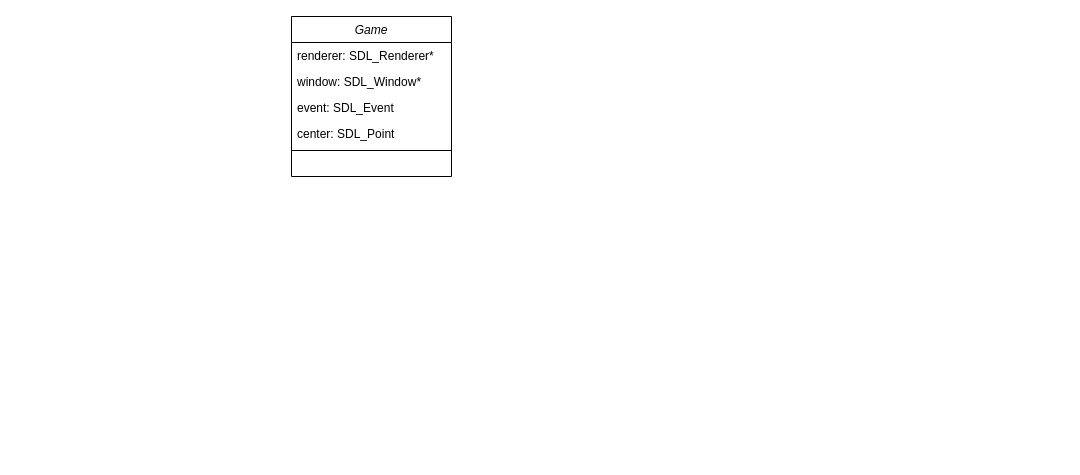
Above: libraries/ClassDiagram.drawio in SangTin/My-Adventure (draw.io), before the change. Source tidied: cells renumbered, new cells numbered last; positions are measured from the earlier drawing's top-left corner, leaving out a move shared by most shapes. Both pictures are drawn from the tidied source at 100%, with x=0, y=0 at pixel (291, 16).
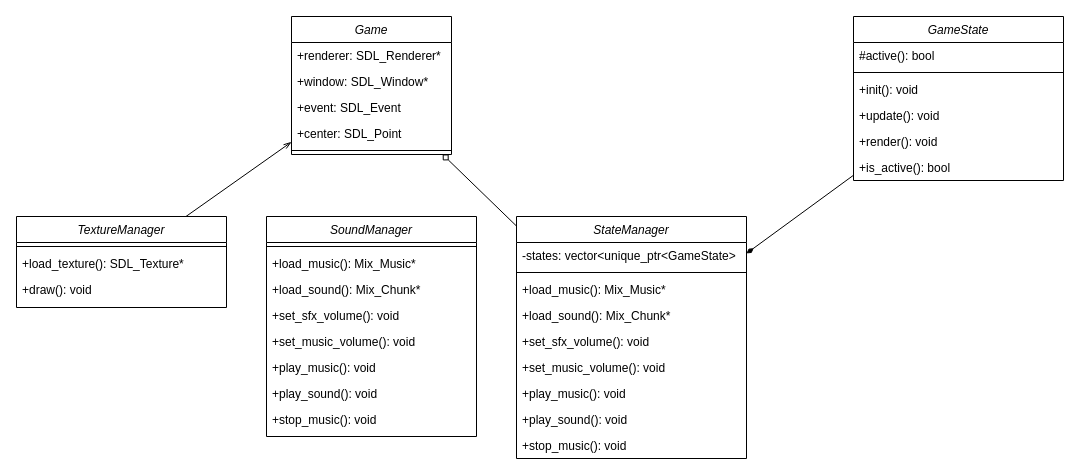
Above is the later version.

Diff of the diagram source:
```diff
@@
     <mxCell id="2" value="Game" style="swimlane;fontStyle=2;align=center;verticalAlign=top;horizontal=1;startSize=26;rounded=0;shadow=0;strokeWidth=1;" parent="1" vertex="1">
-      <mxGeometry width="160" height="160" as="geometry" />
+      <mxGeometry width="160" height="138" as="geometry" />
     </mxCell>
-    <mxCell id="3" value="renderer: SDL_Renderer*" style="text;align=left;verticalAlign=top;spacingLeft=4;spacingRight=4;overflow=hidden;" parent="2" vertex="1">
+    <mxCell id="3" value="+renderer: SDL_Renderer*" style="text;align=left;verticalAlign=top;spacingLeft=4;spacingRight=4;overflow=hidden;" parent="2" vertex="1">
       <mxGeometry y="26" width="160" height="26" as="geometry" />
     </mxCell>
-    <mxCell id="4" value="window: SDL_Window*" style="text;align=left;verticalAlign=top;spacingLeft=4;spacingRight=4;overflow=hidden;rounded=0;shadow=0;html=0;" parent="2" vertex="1">
+    <mxCell id="4" value="+window: SDL_Window*" style="text;align=left;verticalAlign=top;spacingLeft=4;spacingRight=4;overflow=hidden;rounded=0;shadow=0;html=0;" parent="2" vertex="1">
       <mxGeometry y="52" width="160" height="26" as="geometry" />
     </mxCell>
-    <mxCell id="5" value="event: SDL_Event" style="text;align=left;verticalAlign=top;spacingLeft=4;spacingRight=4;overflow=hidden;rounded=0;shadow=0;html=0;" parent="2" vertex="1">
+    <mxCell id="5" value="+event: SDL_Event" style="text;align=left;verticalAlign=top;spacingLeft=4;spacingRight=4;overflow=hidden;rounded=0;shadow=0;html=0;" parent="2" vertex="1">
       <mxGeometry y="78" width="160" height="26" as="geometry" />
     </mxCell>
-    <mxCell id="6" value="center: SDL_Point" style="text;align=left;verticalAlign=top;spacingLeft=4;spacingRight=4;overflow=hidden;rounded=0;shadow=0;html=0;" parent="2" vertex="1">
+    <mxCell id="6" value="+center: SDL_Point" style="text;align=left;verticalAlign=top;spacingLeft=4;spacingRight=4;overflow=hidden;rounded=0;shadow=0;html=0;" parent="2" vertex="1">
       <mxGeometry y="104" width="160" height="26" as="geometry" />
     </mxCell>
@@
+    <mxCell id="8" style="rounded=0;jettySize=auto;html=1;endArrow=openThin;endFill=0;verticalAlign=middle;" parent="1" edge="1" source="9" target="2">
+      <mxGeometry relative="1" as="geometry" />
+    </mxCell>
+    <mxCell id="9" value="TextureManager&#10;" style="swimlane;fontStyle=2;align=center;verticalAlign=top;horizontal=1;startSize=26;rounded=0;shadow=0;strokeWidth=1;" parent="1" vertex="1">
+      <mxGeometry x="-275" y="200" width="210" height="91" as="geometry" />
+    </mxCell>
+    <mxCell id="10" style="line;html=1;strokeWidth=1;align=left;verticalAlign=middle;spacingTop=-1;spacingLeft=3;spacingRight=3;labelPosition=right;" parent="9" vertex="1">
+      <mxGeometry y="26" width="210" height="8" as="geometry" />
+    </mxCell>
+    <mxCell id="11" value="+load_texture(): SDL_Texture*" style="text;align=left;verticalAlign=top;spacingLeft=4;spacingRight=4;overflow=hidden;rounded=0;shadow=0;html=0;" parent="9" vertex="1">
+      <mxGeometry y="34" width="210" height="26" as="geometry" />
+    </mxCell>
+    <mxCell id="12" value="+draw(): void" style="text;align=left;verticalAlign=top;spacingLeft=4;spacingRight=4;overflow=hidden;rounded=0;shadow=0;html=0;" parent="9" vertex="1">
+      <mxGeometry y="60" width="210" height="26" as="geometry" />
+    </mxCell>
+    <mxCell id="13" value="SoundManager&#10;" style="swimlane;fontStyle=2;align=center;verticalAlign=top;horizontal=1;startSize=26;rounded=0;shadow=0;strokeWidth=1;" parent="1" vertex="1">
+      <mxGeometry x="-25" y="200" width="210" height="220" as="geometry" />
+    </mxCell>
+    <mxCell id="14" style="line;html=1;strokeWidth=1;align=left;verticalAlign=middle;spacingTop=-1;spacingLeft=3;spacingRight=3;labelPosition=right;" parent="13" vertex="1">
+      <mxGeometry y="26" width="210" height="8" as="geometry" />
+    </mxCell>
+    <mxCell id="15" value="+load_music(): Mix_Music*" style="text;align=left;verticalAlign=top;spacingLeft=4;spacingRight=4;overflow=hidden;rounded=0;shadow=0;html=0;" parent="13" vertex="1">
+      <mxGeometry y="34" width="210" height="26" as="geometry" />
+    </mxCell>
+    <mxCell id="16" value="+load_sound(): Mix_Chunk*" style="text;align=left;verticalAlign=top;spacingLeft=4;spacingRight=4;overflow=hidden;rounded=0;shadow=0;html=0;" parent="13" vertex="1">
+      <mxGeometry y="60" width="210" height="26" as="geometry" />
+    </mxCell>
+    <mxCell id="17" value="+set_sfx_volume(): void" style="text;align=left;verticalAlign=top;spacingLeft=4;spacingRight=4;overflow=hidden;rounded=0;shadow=0;html=0;" parent="13" vertex="1">
+      <mxGeometry y="86" width="210" height="26" as="geometry" />
+    </mxCell>
+    <mxCell id="18" value="+set_music_volume(): void" style="text;align=left;verticalAlign=top;spacingLeft=4;spacingRight=4;overflow=hidden;rounded=0;shadow=0;html=0;" parent="13" vertex="1">
+      <mxGeometry y="112" width="210" height="26" as="geometry" />
+    </mxCell>
+    <mxCell id="19" value="+play_music(): void" style="text;align=left;verticalAlign=top;spacingLeft=4;spacingRight=4;overflow=hidden;rounded=0;shadow=0;html=0;" parent="13" vertex="1">
+      <mxGeometry y="138" width="210" height="26" as="geometry" />
+    </mxCell>
+    <mxCell id="20" value="+play_sound(): void" style="text;align=left;verticalAlign=top;spacingLeft=4;spacingRight=4;overflow=hidden;rounded=0;shadow=0;html=0;" parent="13" vertex="1">
+      <mxGeometry y="164" width="210" height="26" as="geometry" />
+    </mxCell>
+    <mxCell id="21" value="+stop_music(): void" style="text;align=left;verticalAlign=top;spacingLeft=4;spacingRight=4;overflow=hidden;rounded=0;shadow=0;html=0;" parent="13" vertex="1">
+      <mxGeometry y="190" width="210" height="26" as="geometry" />
+    </mxCell>
+    <mxCell id="22" style="rounded=0;jettySize=auto;html=1;endArrow=diamond;endFill=0;" parent="1" edge="1" source="23" target="2">
+      <mxGeometry relative="1" as="geometry" />
+    </mxCell>
+    <mxCell id="23" value="StateManager&#10;" style="swimlane;fontStyle=2;align=center;verticalAlign=top;horizontal=1;startSize=26;rounded=0;shadow=0;strokeWidth=1;" parent="1" vertex="1">
+      <mxGeometry x="225" y="200" width="230" height="242" as="geometry" />
+    </mxCell>
+    <mxCell id="24" value="-states: vector&lt;unique_ptr&lt;GameState&gt;" style="text;align=left;verticalAlign=top;spacingLeft=4;spacingRight=4;overflow=hidden;rounded=0;shadow=0;html=0;" parent="23" vertex="1">
+      <mxGeometry y="26" width="230" height="26" as="geometry" />
+    </mxCell>
+    <mxCell id="25" style="line;html=1;strokeWidth=1;align=left;verticalAlign=middle;spacingTop=-1;spacingLeft=3;spacingRight=3;labelPosition=right;" parent="23" vertex="1">
+      <mxGeometry y="52" width="230" height="8" as="geometry" />
+    </mxCell>
+    <mxCell id="26" value="+load_music(): Mix_Music*" style="text;align=left;verticalAlign=top;spacingLeft=4;spacingRight=4;overflow=hidden;rounded=0;shadow=0;html=0;" parent="23" vertex="1">
+      <mxGeometry y="60" width="230" height="26" as="geometry" />
+    </mxCell>
+    <mxCell id="27" value="+load_sound(): Mix_Chunk*" style="text;align=left;verticalAlign=top;spacingLeft=4;spacingRight=4;overflow=hidden;rounded=0;shadow=0;html=0;" parent="23" vertex="1">
+      <mxGeometry y="86" width="230" height="26" as="geometry" />
+    </mxCell>
+    <mxCell id="28" value="+set_sfx_volume(): void" style="text;align=left;verticalAlign=top;spacingLeft=4;spacingRight=4;overflow=hidden;rounded=0;shadow=0;html=0;" parent="23" vertex="1">
+      <mxGeometry y="112" width="230" height="26" as="geometry" />
+    </mxCell>
+    <mxCell id="29" value="+set_music_volume(): void" style="text;align=left;verticalAlign=top;spacingLeft=4;spacingRight=4;overflow=hidden;rounded=0;shadow=0;html=0;" parent="23" vertex="1">
+      <mxGeometry y="138" width="230" height="26" as="geometry" />
+    </mxCell>
+    <mxCell id="30" value="+play_music(): void" style="text;align=left;verticalAlign=top;spacingLeft=4;spacingRight=4;overflow=hidden;rounded=0;shadow=0;html=0;" parent="23" vertex="1">
+      <mxGeometry y="164" width="230" height="26" as="geometry" />
+    </mxCell>
+    <mxCell id="31" value="+play_sound(): void" style="text;align=left;verticalAlign=top;spacingLeft=4;spacingRight=4;overflow=hidden;rounded=0;shadow=0;html=0;" parent="23" vertex="1">
+      <mxGeometry y="190" width="230" height="26" as="geometry" />
+    </mxCell>
+    <mxCell id="32" value="+stop_music(): void" style="text;align=left;verticalAlign=top;spacingLeft=4;spacingRight=4;overflow=hidden;rounded=0;shadow=0;html=0;" parent="23" vertex="1">
+      <mxGeometry y="216" width="230" height="26" as="geometry" />
+    </mxCell>
+    <mxCell id="33" value="GameState" style="swimlane;fontStyle=2;align=center;verticalAlign=top;horizontal=1;startSize=26;rounded=0;shadow=0;strokeWidth=1;" parent="1" vertex="1">
+      <mxGeometry x="562" width="210" height="164" as="geometry" />
+    </mxCell>
+    <mxCell id="34" value="#active(): bool" style="text;align=left;verticalAlign=top;spacingLeft=4;spacingRight=4;overflow=hidden;rounded=0;shadow=0;html=0;" parent="33" vertex="1">
+      <mxGeometry y="26" width="210" height="26" as="geometry" />
+    </mxCell>
+    <mxCell id="35" style="line;html=1;strokeWidth=1;align=left;verticalAlign=middle;spacingTop=-1;spacingLeft=3;spacingRight=3;labelPosition=right;" parent="33" vertex="1">
+      <mxGeometry y="52" width="210" height="8" as="geometry" />
+    </mxCell>
+    <mxCell id="36" value="+init(): void" style="text;align=left;verticalAlign=top;spacingLeft=4;spacingRight=4;overflow=hidden;rounded=0;shadow=0;html=0;" parent="33" vertex="1">
+      <mxGeometry y="60" width="210" height="26" as="geometry" />
+    </mxCell>
+    <mxCell id="37" value="+update(): void" style="text;align=left;verticalAlign=top;spacingLeft=4;spacingRight=4;overflow=hidden;rounded=0;shadow=0;html=0;" parent="33" vertex="1">
+      <mxGeometry y="86" width="210" height="26" as="geometry" />
+    </mxCell>
+    <mxCell id="38" value="+render(): void" style="text;align=left;verticalAlign=top;spacingLeft=4;spacingRight=4;overflow=hidden;rounded=0;shadow=0;html=0;" parent="33" vertex="1">
+      <mxGeometry y="112" width="210" height="26" as="geometry" />
+    </mxCell>
+    <mxCell id="39" value="+is_active(): bool" style="text;align=left;verticalAlign=top;spacingLeft=4;spacingRight=4;overflow=hidden;rounded=0;shadow=0;html=0;" parent="33" vertex="1">
+      <mxGeometry y="138" width="210" height="26" as="geometry" />
+    </mxCell>
+    <mxCell id="40" style="rounded=0;jettySize=auto;html=1;endArrow=diamondThin;endFill=1;" parent="1" edge="1" source="33" target="23">
+      <mxGeometry relative="1" as="geometry" />
+    </mxCell>
```
